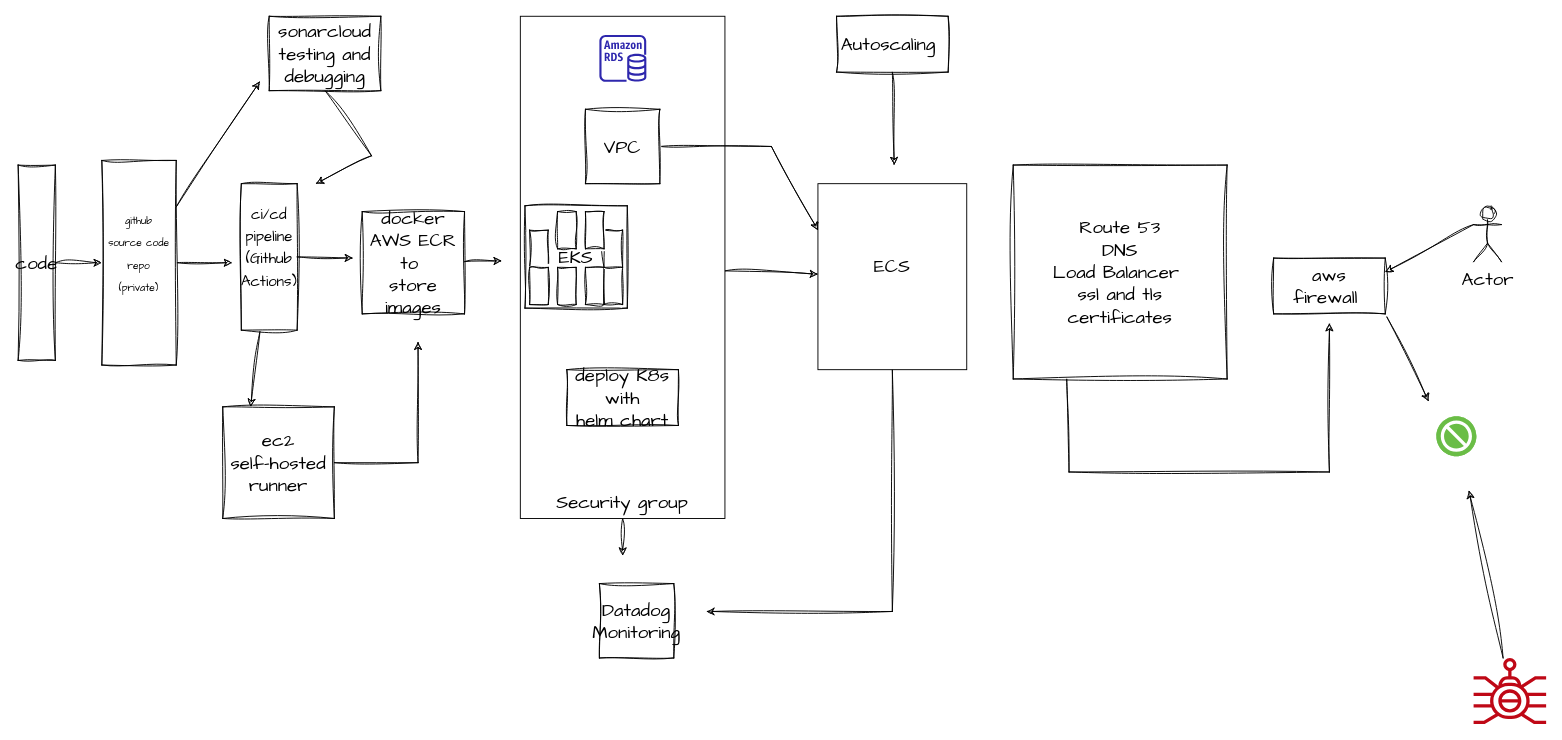
Before: EKS_Github_action_Aws.drawio in ebruskokos/Automating-Infrastructure-Deployment-with-Terraform-GitHub-and-AWS, a draw.io diagram. Source tidied: cells renumbered, new cells numbered last; positions are measured from the earlier drawing's top-left corner, leaving out a move shared by most shapes. Both pictures are drawn from the tidied source at 93%, with x=0, y=0 at pixel (18, 16).
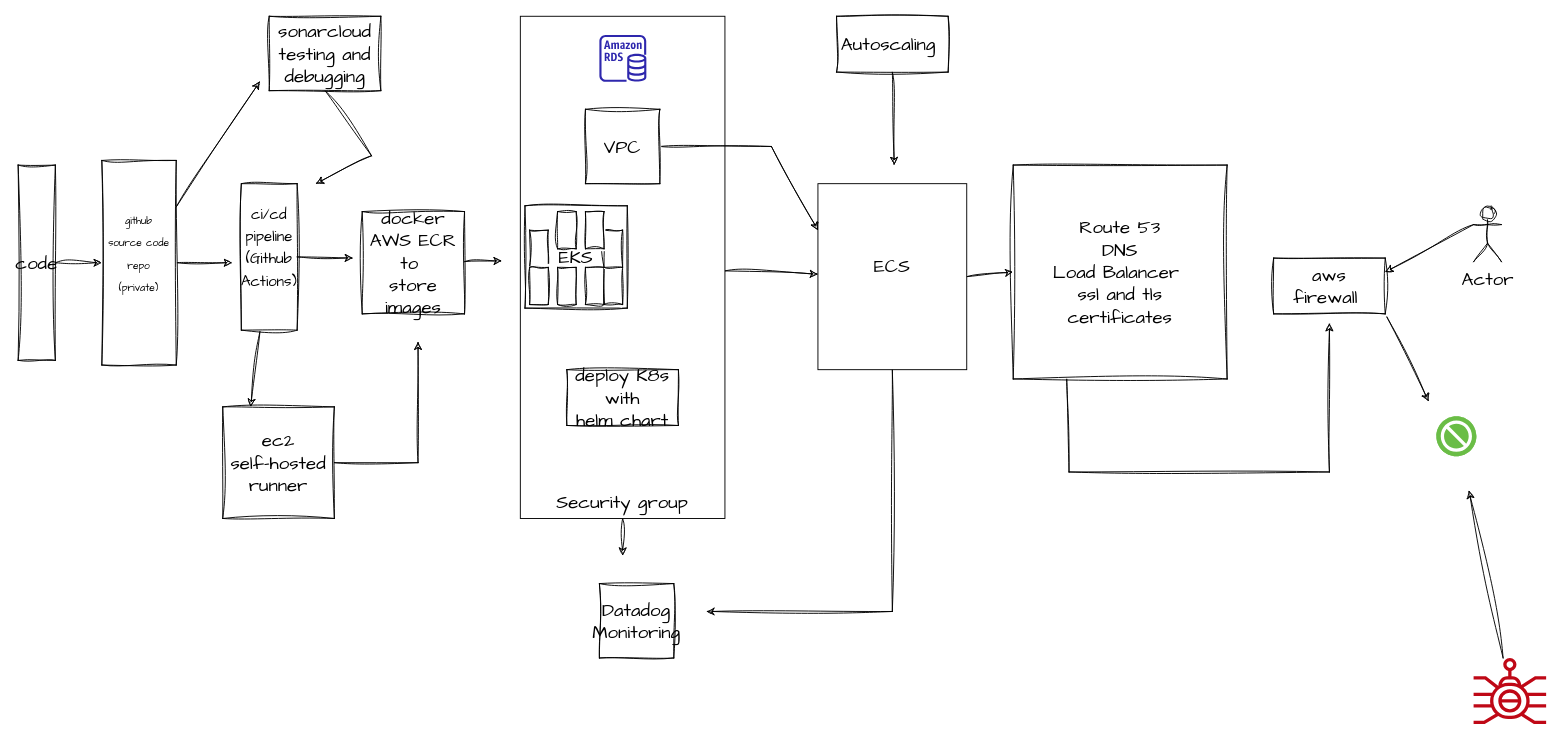
The same diagram, later.

Unchanged cells that the change refers to:
```xml
<mxCell id="33" value="ECS&lt;br&gt;&lt;br&gt;" style="whiteSpace=wrap;html=1;fontSize=20;fontFamily=Architects Daughter;hachureGap=4;" parent="1" vertex="1">
  <mxGeometry x="860" y="180" width="160" height="200" as="geometry" />
</mxCell>
<mxCell id="37" value="Route 53&lt;br&gt;DNS&lt;br&gt;Load Balancer&amp;nbsp;&lt;br&gt;ssl and tls &lt;br&gt;certificates" style="whiteSpace=wrap;html=1;sketch=1;hachureGap=4;jiggle=2;curveFitting=1;fontFamily=Architects Daughter;fontSize=20;" parent="1" vertex="1">
  <mxGeometry x="1070" y="160" width="230" height="230" as="geometry" />
</mxCell>
```

What changed in the source:
```diff
@@
+    <mxCell id="47" style="edgeStyle=none;rounded=0;sketch=1;hachureGap=4;jiggle=2;curveFitting=1;jettySize=auto;html=1;exitX=1;exitY=0.5;exitDx=0;exitDy=0;entryX=0;entryY=0.5;entryDx=0;entryDy=0;fontFamily=Architects Daughter;fontSize=16;" parent="1" edge="1" source="33" target="37">
+      <mxGeometry relative="1" as="geometry" />
+    </mxCell>
```
